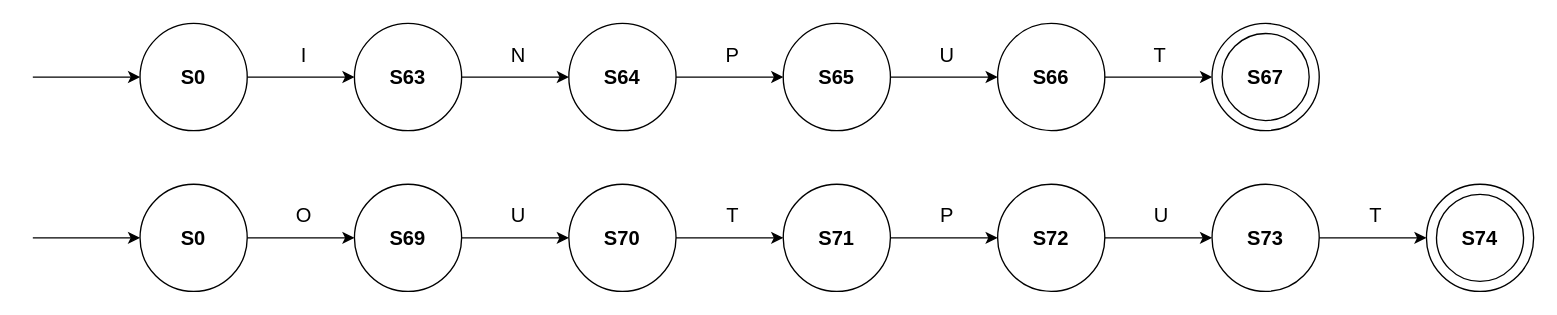
Earlier version of the draw.io diagram i/oWords.drawio (MonaJea-Ng/Projects). Source tidied: cells renumbered, new cells numbered last; positions are measured from the earlier drawing's top-left corner, leaving out a move shared by most shapes. Both pictures are drawn from the tidied source at 134%, with x=0, y=0 at pixel (32, 23).
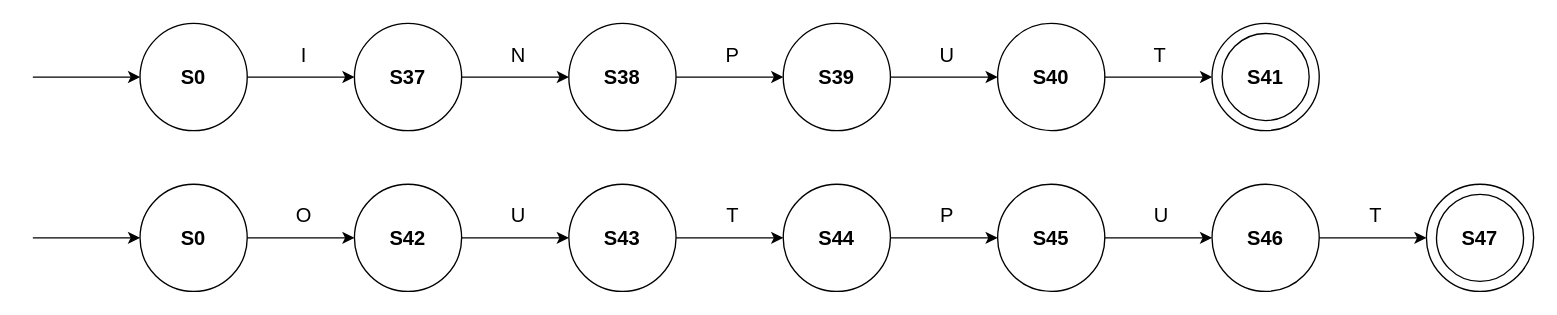
The same diagram, later.

Diff of the diagram source:
```diff
@@
-    <mxCell id="6" value="&lt;b style=&quot;font-size: 15px;&quot;&gt;S65&lt;/b&gt;" style="text;html=1;strokeColor=none;fillColor=none;align=center;verticalAlign=middle;whiteSpace=wrap;rounded=0;fontSize=15;" parent="1" vertex="1">
+    <mxCell id="6" value="&lt;b style=&quot;font-size: 15px;&quot;&gt;S39&lt;/b&gt;" style="text;html=1;strokeColor=none;fillColor=none;align=center;verticalAlign=middle;whiteSpace=wrap;rounded=0;fontSize=15;" parent="1" vertex="1">
       <mxGeometry x="570" y="25" width="60" height="30" as="geometry" />
     </mxCell>
-    <mxCell id="7" value="&lt;b&gt;&lt;font style=&quot;font-size: 15px;&quot;&gt;S66&lt;/font&gt;&lt;/b&gt;" style="text;html=1;strokeColor=none;fillColor=none;align=center;verticalAlign=middle;whiteSpace=wrap;rounded=0;" parent="1" vertex="1">
+    <mxCell id="7" value="&lt;b&gt;&lt;font style=&quot;font-size: 15px;&quot;&gt;S40&lt;/font&gt;&lt;/b&gt;" style="text;html=1;strokeColor=none;fillColor=none;align=center;verticalAlign=middle;whiteSpace=wrap;rounded=0;" parent="1" vertex="1">
       <mxGeometry x="730" y="25" width="60" height="30" as="geometry" />
     </mxCell>
@@
-    <mxCell id="12" value="&lt;b&gt;&lt;font style=&quot;font-size: 15px;&quot;&gt;S67&lt;/font&gt;&lt;/b&gt;" style="text;html=1;strokeColor=none;fillColor=none;align=center;verticalAlign=middle;whiteSpace=wrap;rounded=0;" parent="1" vertex="1">
+    <mxCell id="12" value="&lt;b&gt;&lt;font style=&quot;font-size: 15px;&quot;&gt;S41&lt;/font&gt;&lt;/b&gt;" style="text;html=1;strokeColor=none;fillColor=none;align=center;verticalAlign=middle;whiteSpace=wrap;rounded=0;" parent="1" vertex="1">
       <mxGeometry x="890" y="25" width="60" height="30" as="geometry" />
     </mxCell>
@@
-    <mxCell id="16" value="&lt;b style=&quot;font-size: 15px;&quot;&gt;S64&lt;/b&gt;" style="text;html=1;strokeColor=none;fillColor=none;align=center;verticalAlign=middle;whiteSpace=wrap;rounded=0;fontSize=15;" parent="1" vertex="1">
+    <mxCell id="16" value="&lt;b style=&quot;font-size: 15px;&quot;&gt;S38&lt;/b&gt;" style="text;html=1;strokeColor=none;fillColor=none;align=center;verticalAlign=middle;whiteSpace=wrap;rounded=0;fontSize=15;" parent="1" vertex="1">
       <mxGeometry x="410" y="25" width="60" height="30" as="geometry" />
     </mxCell>
@@
-    <mxCell id="19" value="&lt;b style=&quot;font-size: 15px;&quot;&gt;S63&lt;/b&gt;" style="text;html=1;strokeColor=none;fillColor=none;align=center;verticalAlign=middle;whiteSpace=wrap;rounded=0;fontSize=15;" parent="1" vertex="1">
+    <mxCell id="19" value="&lt;b style=&quot;font-size: 15px;&quot;&gt;S37&lt;/b&gt;" style="text;html=1;strokeColor=none;fillColor=none;align=center;verticalAlign=middle;whiteSpace=wrap;rounded=0;fontSize=15;" parent="1" vertex="1">
       <mxGeometry x="250" y="25" width="60" height="30" as="geometry" />
     </mxCell>
@@
-    <mxCell id="30" value="&lt;b style=&quot;font-size: 15px;&quot;&gt;S72&lt;/b&gt;" style="text;html=1;strokeColor=none;fillColor=none;align=center;verticalAlign=middle;whiteSpace=wrap;rounded=0;fontSize=15;" parent="1" vertex="1">
+    <mxCell id="30" value="&lt;b style=&quot;font-size: 15px;&quot;&gt;S45&lt;/b&gt;" style="text;html=1;strokeColor=none;fillColor=none;align=center;verticalAlign=middle;whiteSpace=wrap;rounded=0;fontSize=15;" parent="1" vertex="1">
       <mxGeometry x="730" y="145" width="60" height="30" as="geometry" />
     </mxCell>
-    <mxCell id="31" value="&lt;b&gt;&lt;font style=&quot;font-size: 15px;&quot;&gt;S73&lt;/font&gt;&lt;/b&gt;" style="text;html=1;strokeColor=none;fillColor=none;align=center;verticalAlign=middle;whiteSpace=wrap;rounded=0;" parent="1" vertex="1">
+    <mxCell id="31" value="&lt;b&gt;&lt;font style=&quot;font-size: 15px;&quot;&gt;S46&lt;/font&gt;&lt;/b&gt;" style="text;html=1;strokeColor=none;fillColor=none;align=center;verticalAlign=middle;whiteSpace=wrap;rounded=0;" parent="1" vertex="1">
       <mxGeometry x="890" y="145" width="60" height="30" as="geometry" />
     </mxCell>
@@
-    <mxCell id="36" value="&lt;b&gt;&lt;font style=&quot;font-size: 15px;&quot;&gt;S74&lt;/font&gt;&lt;/b&gt;" style="text;html=1;strokeColor=none;fillColor=none;align=center;verticalAlign=middle;whiteSpace=wrap;rounded=0;" parent="1" vertex="1">
+    <mxCell id="36" value="&lt;b&gt;&lt;font style=&quot;font-size: 15px;&quot;&gt;S47&lt;/font&gt;&lt;/b&gt;" style="text;html=1;strokeColor=none;fillColor=none;align=center;verticalAlign=middle;whiteSpace=wrap;rounded=0;" parent="1" vertex="1">
       <mxGeometry x="1050" y="145" width="60" height="30" as="geometry" />
     </mxCell>
@@
-    <mxCell id="40" value="&lt;b style=&quot;font-size: 15px;&quot;&gt;S71&lt;/b&gt;" style="text;html=1;strokeColor=none;fillColor=none;align=center;verticalAlign=middle;whiteSpace=wrap;rounded=0;fontSize=15;" parent="1" vertex="1">
+    <mxCell id="40" value="&lt;b style=&quot;font-size: 15px;&quot;&gt;S44&lt;/b&gt;" style="text;html=1;strokeColor=none;fillColor=none;align=center;verticalAlign=middle;whiteSpace=wrap;rounded=0;fontSize=15;" parent="1" vertex="1">
       <mxGeometry x="570" y="145" width="60" height="30" as="geometry" />
     </mxCell>
@@
-    <mxCell id="43" value="&lt;b style=&quot;font-size: 15px;&quot;&gt;S70&lt;/b&gt;" style="text;html=1;strokeColor=none;fillColor=none;align=center;verticalAlign=middle;whiteSpace=wrap;rounded=0;fontSize=15;" parent="1" vertex="1">
+    <mxCell id="43" value="&lt;b style=&quot;font-size: 15px;&quot;&gt;S43&lt;/b&gt;" style="text;html=1;strokeColor=none;fillColor=none;align=center;verticalAlign=middle;whiteSpace=wrap;rounded=0;fontSize=15;" parent="1" vertex="1">
       <mxGeometry x="410" y="145" width="60" height="30" as="geometry" />
     </mxCell>
@@
-    <mxCell id="47" value="&lt;b style=&quot;font-size: 15px;&quot;&gt;S69&lt;/b&gt;" style="text;html=1;strokeColor=none;fillColor=none;align=center;verticalAlign=middle;whiteSpace=wrap;rounded=0;fontSize=15;" parent="1" vertex="1">
+    <mxCell id="47" value="&lt;b style=&quot;font-size: 15px;&quot;&gt;S42&lt;/b&gt;" style="text;html=1;strokeColor=none;fillColor=none;align=center;verticalAlign=middle;whiteSpace=wrap;rounded=0;fontSize=15;" parent="1" vertex="1">
       <mxGeometry x="250" y="145" width="60" height="30" as="geometry" />
     </mxCell>
```
